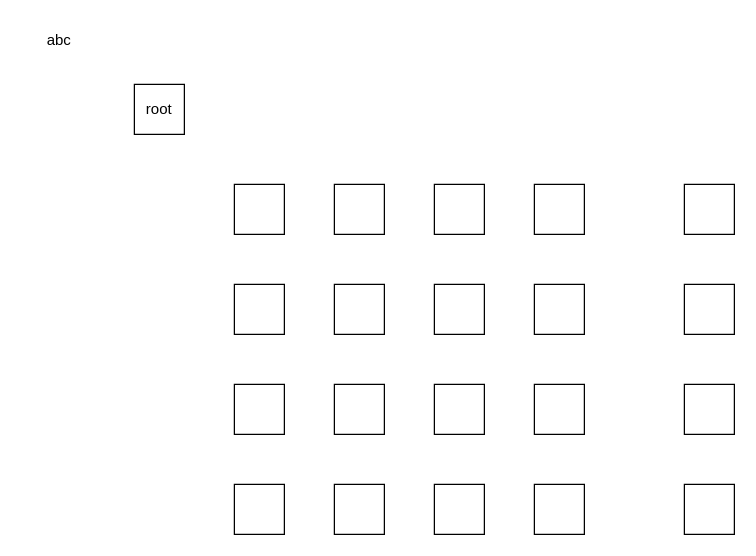
This is trie.drawio from Airsku/drawio, a draw.io file, before an edit. Source tidied: cells renumbered, new cells numbered last; positions are measured from the earlier drawing's top-left corner, leaving out a move shared by most shapes. Both pictures are drawn from the tidied source at 125%, with x=0, y=0 at pixel (21, 21).
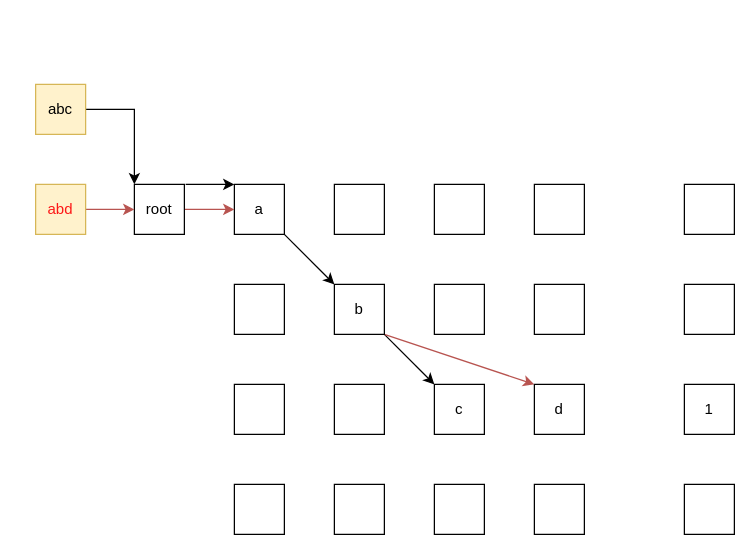
After the change.

What changed in the source:
```diff
@@
+    <mxCell id="25" style="rounded=0;jettySize=auto;html=1;exitX=1;exitY=1;exitDx=0;exitDy=0;entryX=0;entryY=0;entryDx=0;entryDy=0;" parent="1" edge="1" source="2" target="8">
+      <mxGeometry relative="1" as="geometry" />
+    </mxCell>
-    <mxCell id="2" style="rounded=0;whiteSpace=wrap;html=1;" parent="1" vertex="1">
+    <mxCell id="2" value="a" style="rounded=0;whiteSpace=wrap;html=1;" parent="1" vertex="1">
       <mxGeometry x="170" y="130" width="40" height="40" as="geometry" />
     </mxCell>
@@
+    <mxCell id="26" style="rounded=0;jettySize=auto;html=1;exitX=1;exitY=1;exitDx=0;exitDy=0;entryX=0;entryY=0;entryDx=0;entryDy=0;" parent="1" edge="1" source="8" target="14">
+      <mxGeometry relative="1" as="geometry" />
+    </mxCell>
+    <mxCell id="27" style="rounded=0;jettySize=auto;html=1;exitX=1;exitY=1;exitDx=0;exitDy=0;entryX=0;entryY=0;entryDx=0;entryDy=0;fillColor=#f8cecc;strokeColor=#b85450;" parent="1" edge="1" source="8" target="15">
+      <mxGeometry relative="1" as="geometry" />
+    </mxCell>
-    <mxCell id="8" style="rounded=0;whiteSpace=wrap;html=1;" parent="1" vertex="1">
+    <mxCell id="8" value="b" style="rounded=0;whiteSpace=wrap;html=1;" parent="1" vertex="1">
       <mxGeometry x="250" y="210" width="40" height="40" as="geometry" />
     </mxCell>
@@
-    <mxCell id="14" style="rounded=0;whiteSpace=wrap;html=1;" parent="1" vertex="1">
+    <mxCell id="14" value="c" style="rounded=0;whiteSpace=wrap;html=1;" parent="1" vertex="1">
       <mxGeometry x="330" y="290" width="40" height="40" as="geometry" />
     </mxCell>
-    <mxCell id="15" style="rounded=0;whiteSpace=wrap;html=1;" parent="1" vertex="1">
+    <mxCell id="15" value="d" style="rounded=0;whiteSpace=wrap;html=1;" parent="1" vertex="1">
       <mxGeometry x="410" y="290" width="40" height="40" as="geometry" />
     </mxCell>
-    <mxCell id="16" style="rounded=0;whiteSpace=wrap;html=1;" parent="1" vertex="1">
+    <mxCell id="16" value="1" style="rounded=0;whiteSpace=wrap;html=1;" parent="1" vertex="1">
       <mxGeometry x="530" y="290" width="40" height="40" as="geometry" />
     </mxCell>
@@
+    <mxCell id="28" style="edgeStyle=orthogonalEdgeStyle;rounded=0;jettySize=auto;html=1;entryX=0;entryY=0;entryDx=0;entryDy=0;" parent="1" edge="1" target="2">
+      <mxGeometry relative="1" as="geometry">
+        <mxPoint x="131" y="130" as="sourcePoint" />
+      </mxGeometry>
+    </mxCell>
+    <mxCell id="29" style="rounded=0;jettySize=auto;html=1;exitX=1;exitY=0.5;exitDx=0;exitDy=0;entryX=0;entryY=0.5;entryDx=0;entryDy=0;fillColor=#f8cecc;strokeColor=#b85450;" parent="1" edge="1" source="22" target="2">
+      <mxGeometry relative="1" as="geometry" />
+    </mxCell>
     <mxCell id="22" value="root" style="rounded=0;whiteSpace=wrap;html=1;" parent="1" vertex="1">
-      <mxGeometry x="90" y="50" width="40" height="40" as="geometry" />
+      <mxGeometry x="90" y="130" width="40" height="40" as="geometry" />
     </mxCell>
@@
+    <mxCell id="30" style="endArrow=classic;html=1;rounded=0;exitX=1;exitY=0.5;exitDx=0;exitDy=0;entryX=0;entryY=0;entryDx=0;entryDy=0;edgeStyle=orthogonalEdgeStyle;" parent="23" edge="1" source="24" target="22">
+      <mxGeometry relative="1" as="geometry" />
+    </mxCell>
-    <mxCell id="24" value="abc" style="text;html=1;strokeColor=none;fillColor=none;align=center;verticalAlign=middle;whiteSpace=wrap;rounded=0;" parent="23" vertex="1">
-      <mxGeometry width="60" height="30" as="geometry" />
+    <mxCell id="24" value="abc" style="rounded=0;whiteSpace=wrap;html=1;fillColor=#fff2cc;strokeColor=#d6b656;" parent="23" vertex="1">
+      <mxGeometry x="11" y="50" width="40" height="40" as="geometry" />
     </mxCell>
+    <mxCell id="31" parent="0" />
+    <mxCell id="32" style="edgeStyle=orthogonalEdgeStyle;rounded=0;jettySize=auto;html=1;exitX=1;exitY=0.5;exitDx=0;exitDy=0;entryX=0;entryY=0.5;entryDx=0;entryDy=0;fillColor=#f8cecc;strokeColor=#b85450;" parent="31" edge="1" source="33" target="22">
+      <mxGeometry relative="1" as="geometry" />
+    </mxCell>
+    <mxCell id="33" value="abd" style="rounded=0;whiteSpace=wrap;html=1;fillColor=#fff2cc;strokeColor=#d6b656;fontColor=#fd1717;" parent="31" vertex="1">
+      <mxGeometry x="11" y="130" width="40" height="40" as="geometry" />
+    </mxCell>
```
